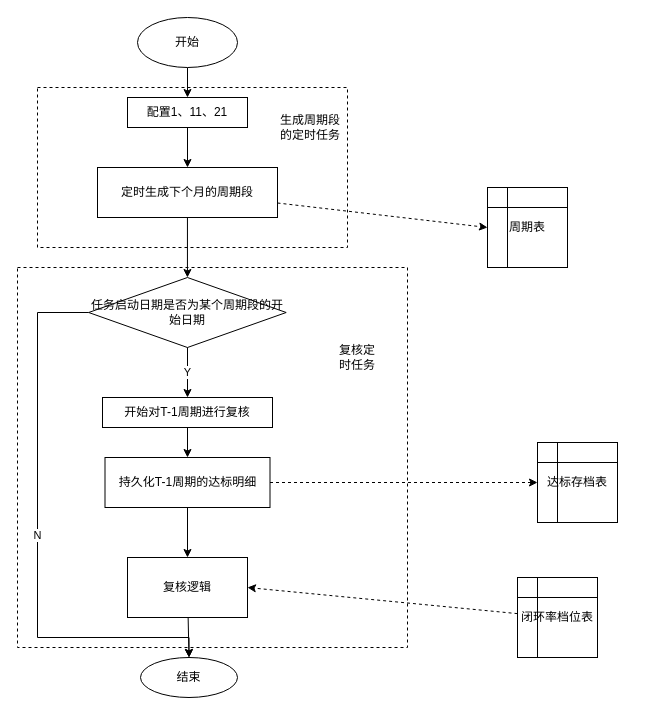
The draw.io diagram CPS动态配置.drawio in anxufeng007/hello-world, before the edit. Source tidied: cells renumbered, new cells numbered last; positions are measured from the earlier drawing's top-left corner, leaving out a move shared by most shapes. Both pictures are drawn from the tidied source at 100%, with x=0, y=0 at pixel (17, 17).
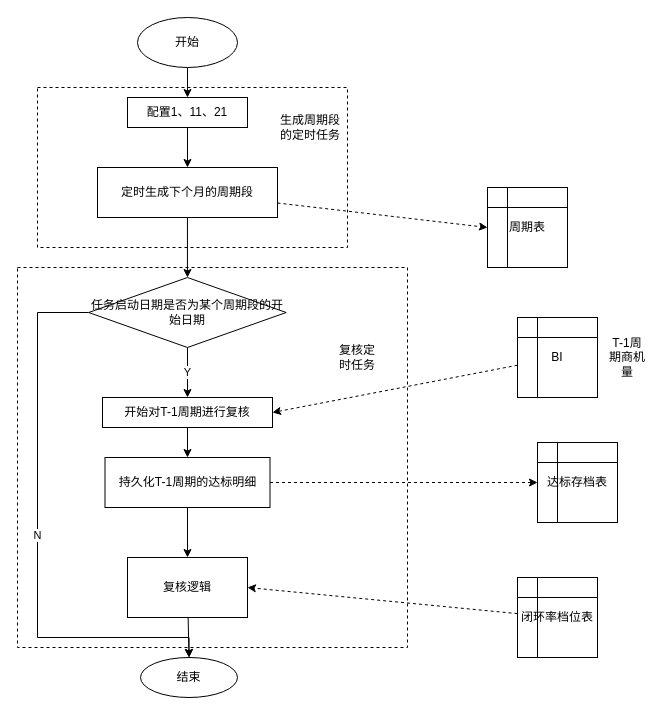
The same page after the edit.

The change refers to these unchanged cells:
```xml
<mxCell id="16" value="开始对T-1周期进行复核" style="rounded=0;whiteSpace=wrap;html=1;fillColor=none;" parent="1" vertex="1">
  <mxGeometry x="85" y="380" width="170" height="30" as="geometry" />
</mxCell>
```

The edit, as a diff of the source:
```diff
@@
+    <mxCell id="29" style="edgeStyle=none;rounded=0;jettySize=auto;html=1;entryX=1;entryY=0.5;entryDx=0;entryDy=0;dashed=1;" parent="1" edge="1" source="30" target="16">
+      <mxGeometry relative="1" as="geometry" />
+    </mxCell>
+    <mxCell id="30" value="BI" style="shape=internalStorage;whiteSpace=wrap;html=1;backgroundOutline=1;" parent="1" vertex="1">
+      <mxGeometry x="500" y="300" width="80" height="80" as="geometry" />
+    </mxCell>
+    <mxCell id="31" value="T-1周期商机量" style="text;html=1;strokeColor=none;fillColor=none;align=center;verticalAlign=middle;whiteSpace=wrap;rounded=0;" parent="1" vertex="1">
+      <mxGeometry x="590" y="330" width="40" height="20" as="geometry" />
+    </mxCell>
```
